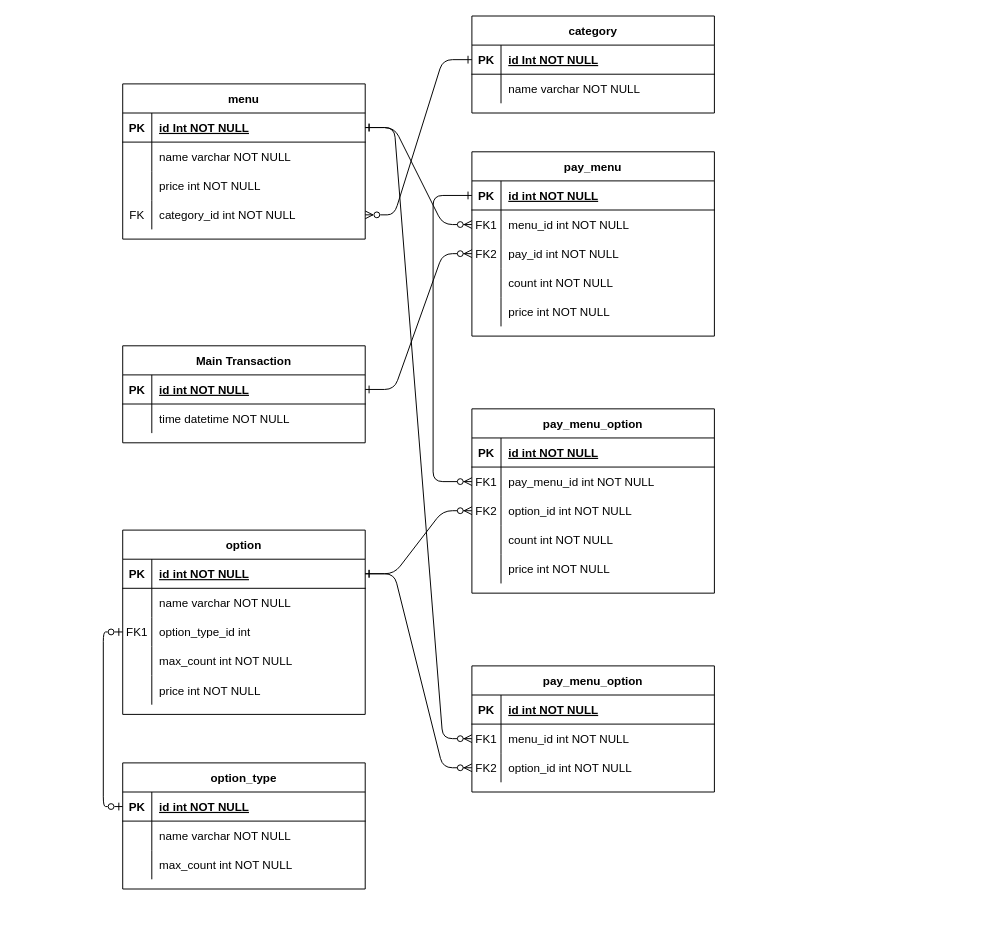
This is 1차 DB ERD.drawio from AII-the-time/design-document, a draw.io file, before an edit. Source tidied: cells renumbered, new cells numbered last; positions are measured from the earlier drawing's top-left corner, leaving out a move shared by most shapes. Both pictures are drawn from the tidied source at 97%, with x=0, y=0 at pixel (122, 16).
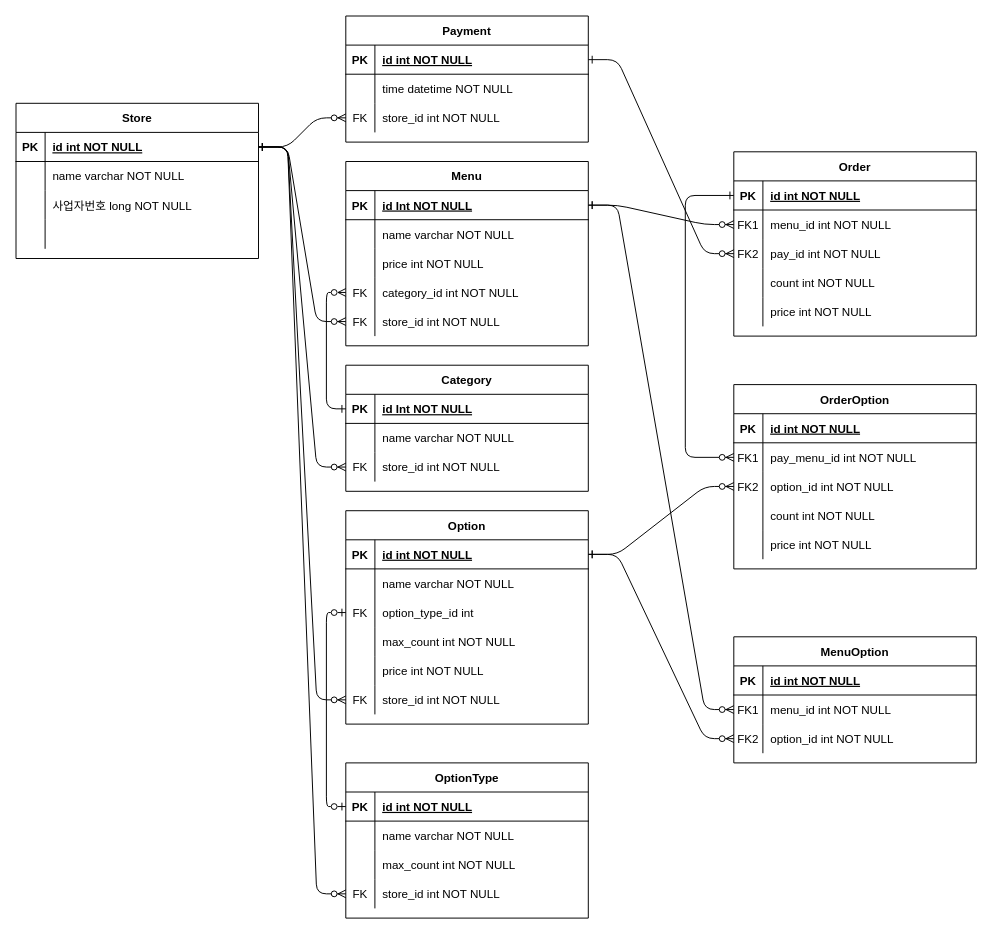
The same diagram, later.

Commit message:
1차 DB ERD.drawio 업데이트

The change refers to these unchanged cells:
```xml
<mxCell id="4" style="shape=partialRectangle;fillColor=none;points=[[0,0.5],[1,0.5]];portConstraint=eastwest;top=0;left=0;right=0;bottom=1;" parent="3" vertex="1">
  <mxGeometry y="30" width="250" height="30" as="geometry" />
</mxCell>
<mxCell id="36" style="shape=partialRectangle;fillColor=none;points=[[0,0.5],[1,0.5]];portConstraint=eastwest;top=0;left=0;right=0;bottom=0;" parent="26" vertex="1">
  <mxGeometry y="120" width="250" height="30" as="geometry" />
</mxCell>
<mxCell id="41" style="shape=partialRectangle;fillColor=none;points=[[0,0.5],[1,0.5]];portConstraint=eastwest;top=0;left=0;right=0;bottom=1;" parent="40" vertex="1">
  <mxGeometry y="30" width="250" height="30" as="geometry" />
</mxCell>
<mxCell id="52" style="shape=partialRectangle;fillColor=none;points=[[0,0.5],[1,0.5]];portConstraint=eastwest;top=0;left=0;right=0;bottom=0;" parent="48" vertex="1">
  <mxGeometry y="60" width="250" height="30" as="geometry" />
</mxCell>
<mxCell id="66" style="shape=partialRectangle;fillColor=none;points=[[0,0.5],[1,0.5]];portConstraint=eastwest;top=0;left=0;right=0;bottom=1;" parent="65" vertex="1">
  <mxGeometry y="30" width="250" height="30" as="geometry" />
</mxCell>
<mxCell id="72" style="shape=partialRectangle;fillColor=none;points=[[0,0.5],[1,0.5]];portConstraint=eastwest;top=0;left=0;right=0;bottom=0;" parent="65" vertex="1">
  <mxGeometry y="90" width="250" height="30" as="geometry" />
</mxCell>
<mxCell id="100" style="shape=partialRectangle;fillColor=none;points=[[0,0.5],[1,0.5]];portConstraint=eastwest;top=0;left=0;right=0;bottom=0;" parent="93" vertex="1">
  <mxGeometry y="90" width="250" height="30" as="geometry" />
</mxCell>
```

What changed in the source:
```diff
@@
-    <mxCell id="3" value="pay_menu" style="shape=table;startSize=30;childLayout=tableLayout;rowLines=0;fontStyle=1;align=center;" parent="1" vertex="1">
-      <mxGeometry x="360" y="140" width="250" height="190" as="geometry" />
+    <mxCell id="3" value="Order" style="shape=table;startSize=30;childLayout=tableLayout;rowLines=0;fontStyle=1;align=center;" parent="1" vertex="1">
+      <mxGeometry x="630" y="140" width="250" height="190" as="geometry" />
     </mxCell>
@@
-    <mxCell id="19" value="Main Transaction" style="shape=table;startSize=30;childLayout=tableLayout;rowLines=0;fontStyle=1;align=center;" parent="1" vertex="1">
-      <mxGeometry y="340" width="250" height="100" as="geometry" />
+    <mxCell id="19" value="Payment" style="shape=table;startSize=30;childLayout=tableLayout;rowLines=0;fontStyle=1;align=center;" parent="1" vertex="1">
+      <mxGeometry x="230" width="250" height="130" as="geometry" />
     </mxCell>
@@
+    <mxCell id="105" style="shape=partialRectangle;fillColor=none;points=[[0,0.5],[1,0.5]];portConstraint=eastwest;top=0;left=0;right=0;bottom=0;" parent="19" vertex="1">
+      <mxGeometry y="90" width="250" height="30" as="geometry" />
+    </mxCell>
+    <mxCell id="106" value="FK" style="shape=partialRectangle;overflow=hidden;fillColor=none;top=0;left=0;bottom=0;right=0;" parent="105" vertex="1">
+      <mxGeometry width="30" height="30" as="geometry" />
+    </mxCell>
+    <mxCell id="107" value="store_id int NOT NULL" style="shape=partialRectangle;overflow=hidden;fillColor=none;top=0;left=0;bottom=0;right=0;align=left;spacingLeft=6;" parent="105" vertex="1">
+      <mxGeometry x="30" width="220" height="30" as="geometry" />
+    </mxCell>
-    <mxCell id="26" value="menu" style="shape=table;startSize=30;childLayout=tableLayout;rowLines=0;fontStyle=1;align=center;" parent="1" vertex="1">
-      <mxGeometry y="70" width="250" height="160" as="geometry" />
+    <mxCell id="26" value="Menu" style="shape=table;startSize=30;childLayout=tableLayout;rowLines=0;fontStyle=1;align=center;" parent="1" vertex="1">
+      <mxGeometry x="230" y="150" width="250" height="190" as="geometry" />
     </mxCell>
@@
+    <mxCell id="108" style="shape=partialRectangle;fillColor=none;points=[[0,0.5],[1,0.5]];portConstraint=eastwest;top=0;left=0;right=0;bottom=0;" parent="26" vertex="1">
+      <mxGeometry y="150" width="250" height="30" as="geometry" />
+    </mxCell>
+    <mxCell id="109" value="FK" style="shape=partialRectangle;overflow=hidden;fillColor=none;top=0;left=0;bottom=0;right=0;" parent="108" vertex="1">
+      <mxGeometry width="30" height="30" as="geometry" />
+    </mxCell>
+    <mxCell id="110" value="store_id int NOT NULL" style="shape=partialRectangle;overflow=hidden;fillColor=none;top=0;left=0;bottom=0;right=0;align=left;spacingLeft=6;" parent="108" vertex="1">
+      <mxGeometry x="30" width="220" height="30" as="geometry" />
+    </mxCell>
@@
-    <mxCell id="40" value="category" style="shape=table;startSize=30;childLayout=tableLayout;rowLines=0;fontStyle=1;align=center;" parent="1" vertex="1">
-      <mxGeometry x="360" width="250" height="100" as="geometry" />
+    <mxCell id="40" value="Category" style="shape=table;startSize=30;childLayout=tableLayout;rowLines=0;fontStyle=1;align=center;" parent="1" vertex="1">
+      <mxGeometry x="230" y="360" width="250" height="130" as="geometry" />
     </mxCell>
@@
+    <mxCell id="111" style="shape=partialRectangle;fillColor=none;points=[[0,0.5],[1,0.5]];portConstraint=eastwest;top=0;left=0;right=0;bottom=0;" parent="40" vertex="1">
+      <mxGeometry y="90" width="250" height="30" as="geometry" />
+    </mxCell>
+    <mxCell id="112" value="FK" style="shape=partialRectangle;overflow=hidden;fillColor=none;top=0;left=0;bottom=0;right=0;" parent="111" vertex="1">
+      <mxGeometry width="30" height="30" as="geometry" />
+    </mxCell>
+    <mxCell id="113" value="store_id int NOT NULL" style="shape=partialRectangle;overflow=hidden;fillColor=none;top=0;left=0;bottom=0;right=0;align=left;spacingLeft=6;" parent="111" vertex="1">
+      <mxGeometry x="30" width="220" height="30" as="geometry" />
+    </mxCell>
-    <mxCell id="47" style="edgeStyle=entityRelationEdgeStyle;rounded=1;jettySize=auto;html=1;strokeColor=default;startArrow=ERone;startFill=0;endArrow=ERzeroToMany;endFill=0;" parent="1" edge="1" source="41" target="36">
+    <mxCell id="47" style="edgeStyle=orthogonalEdgeStyle;rounded=1;jettySize=auto;html=1;strokeColor=default;startArrow=ERone;startFill=0;endArrow=ERzeroToMany;endFill=0;exitX=0;exitY=0.5;exitDx=0;exitDy=0;entryX=0;entryY=0.5;entryDx=0;entryDy=0;" parent="1" edge="1" source="41" target="36">
       <mxGeometry relative="1" as="geometry" />
     </mxCell>
-    <mxCell id="48" value="pay_menu_option" style="shape=table;startSize=30;childLayout=tableLayout;rowLines=0;fontStyle=1;align=center;" parent="1" vertex="1">
-      <mxGeometry x="360" y="405" width="250" height="190" as="geometry" />
+    <mxCell id="48" value="OrderOption" style="shape=table;startSize=30;childLayout=tableLayout;rowLines=0;fontStyle=1;align=center;" parent="1" vertex="1">
+      <mxGeometry x="630" y="380" width="250" height="190" as="geometry" />
     </mxCell>
@@
     <mxCell id="64" style="edgeStyle=orthogonalEdgeStyle;endArrow=ERzeroToMany;startArrow=ERone;endFill=1;startFill=0;exitX=0;exitY=0.5;exitDx=0;exitDy=0;entryX=0;entryY=0.5;entryDx=0;entryDy=0;" parent="1" edge="1" source="4" target="52">
       <mxGeometry relative="1" as="geometry">
         <Array as="points">
-          <mxPoint x="320" y="185" />
-          <mxPoint x="320" y="480" />
+          <mxPoint x="580" y="185" />
+          <mxPoint x="580" y="455" />
         </Array>
       </mxGeometry>
     </mxCell>
-    <mxCell id="65" value="option" style="shape=table;startSize=30;childLayout=tableLayout;rowLines=0;fontStyle=1;align=center;" parent="1" vertex="1">
-      <mxGeometry y="530" width="250" height="190" as="geometry" />
+    <mxCell id="65" value="Option" style="shape=table;startSize=30;childLayout=tableLayout;rowLines=0;fontStyle=1;align=center;" parent="1" vertex="1">
+      <mxGeometry x="230" y="510" width="250" height="220" as="geometry" />
     </mxCell>
@@
-    <mxCell id="73" value="FK1" style="shape=partialRectangle;overflow=hidden;fillColor=none;top=0;left=0;bottom=0;right=0;" parent="72" vertex="1">
+    <mxCell id="73" value="FK" style="shape=partialRectangle;overflow=hidden;fillColor=none;top=0;left=0;bottom=0;right=0;" parent="72" vertex="1">
       <mxGeometry width="30" height="30" as="geometry" />
     </mxCell>
@@
+    <mxCell id="114" style="shape=partialRectangle;fillColor=none;points=[[0,0.5],[1,0.5]];portConstraint=eastwest;top=0;left=0;right=0;bottom=0;" parent="65" vertex="1">
+      <mxGeometry y="180" width="250" height="30" as="geometry" />
+    </mxCell>
+    <mxCell id="115" value="FK" style="shape=partialRectangle;overflow=hidden;fillColor=none;top=0;left=0;bottom=0;right=0;" parent="114" vertex="1">
+      <mxGeometry width="30" height="30" as="geometry" />
+    </mxCell>
+    <mxCell id="116" value="store_id int NOT NULL" style="shape=partialRectangle;overflow=hidden;fillColor=none;top=0;left=0;bottom=0;right=0;align=left;spacingLeft=6;" parent="114" vertex="1">
+      <mxGeometry x="30" width="220" height="30" as="geometry" />
+    </mxCell>
-    <mxCell id="81" value="option_type" style="shape=table;startSize=30;childLayout=tableLayout;rowLines=0;fontStyle=1;align=center;" parent="1" vertex="1">
-      <mxGeometry y="770" width="250" height="130" as="geometry" />
+    <mxCell id="81" value="OptionType" style="shape=table;startSize=30;childLayout=tableLayout;rowLines=0;fontStyle=1;align=center;" parent="1" vertex="1">
+      <mxGeometry x="230" y="770" width="250" height="160" as="geometry" />
     </mxCell>
@@
+    <mxCell id="117" style="shape=partialRectangle;fillColor=none;points=[[0,0.5],[1,0.5]];portConstraint=eastwest;top=0;left=0;right=0;bottom=0;" parent="81" vertex="1">
+      <mxGeometry y="120" width="250" height="30" as="geometry" />
+    </mxCell>
+    <mxCell id="118" value="FK" style="shape=partialRectangle;overflow=hidden;fillColor=none;top=0;left=0;bottom=0;right=0;" parent="117" vertex="1">
+      <mxGeometry width="30" height="30" as="geometry" />
+    </mxCell>
+    <mxCell id="119" value="store_id int NOT NULL" style="shape=partialRectangle;overflow=hidden;fillColor=none;top=0;left=0;bottom=0;right=0;align=left;spacingLeft=6;" parent="117" vertex="1">
+      <mxGeometry x="30" width="220" height="30" as="geometry" />
+    </mxCell>
@@
-    <mxCell id="93" value="pay_menu_option" style="shape=table;startSize=30;childLayout=tableLayout;rowLines=0;fontStyle=1;align=center;" parent="1" vertex="1">
-      <mxGeometry x="360" y="670" width="250" height="130" as="geometry" />
+    <mxCell id="93" value="MenuOption" style="shape=table;startSize=30;childLayout=tableLayout;rowLines=0;fontStyle=1;align=center;" parent="1" vertex="1">
+      <mxGeometry x="630" y="640" width="250" height="130" as="geometry" />
     </mxCell>
@@
     <mxCell id="104" style="edgeStyle=entityRelationEdgeStyle;endArrow=ERzeroToMany;startArrow=ERone;endFill=1;startFill=0;entryX=0;entryY=0.5;entryDx=0;entryDy=0;exitX=1;exitY=0.5;exitDx=0;exitDy=0;" parent="1" edge="1" source="66" target="100">
       <mxGeometry relative="1" as="geometry">
         <Array as="points">
-          <mxPoint x="250" y="580" />
+          <mxPoint x="330" y="580" />
         </Array>
       </mxGeometry>
     </mxCell>
+    <mxCell id="120" value="Store" style="shape=table;startSize=30;childLayout=tableLayout;rowLines=0;fontStyle=1;align=center;" parent="1" vertex="1">
+      <mxGeometry x="-110" y="90" width="250" height="160" as="geometry" />
+    </mxCell>
+    <mxCell id="121" style="shape=partialRectangle;fillColor=none;points=[[0,0.5],[1,0.5]];portConstraint=eastwest;top=0;left=0;right=0;bottom=1;" parent="120" vertex="1">
+      <mxGeometry y="30" width="250" height="30" as="geometry" />
+    </mxCell>
+    <mxCell id="122" value="PK" style="shape=partialRectangle;overflow=hidden;fillColor=none;top=0;left=0;bottom=0;right=0;fontStyle=1;" parent="121" vertex="1">
+      <mxGeometry width="30" height="30" as="geometry" />
+    </mxCell>
+    <mxCell id="123" value="id int NOT NULL " style="shape=partialRectangle;overflow=hidden;fillColor=none;top=0;left=0;bottom=0;right=0;align=left;spacingLeft=6;fontStyle=5;" parent="121" vertex="1">
+      <mxGeometry x="30" width="220" height="30" as="geometry" />
+    </mxCell>
+    <mxCell id="124" style="shape=partialRectangle;fillColor=none;top=0;left=0;right=0;bottom=0;" parent="120" vertex="1">
+      <mxGeometry y="60" width="250" height="30" as="geometry" />
+    </mxCell>
+    <mxCell id="125" style="shape=partialRectangle;overflow=hidden;fillColor=none;top=0;left=0;bottom=0;right=0;" parent="124" vertex="1">
+      <mxGeometry width="30" height="30" as="geometry" />
+    </mxCell>
+    <mxCell id="126" value="name varchar NOT NULL" style="shape=partialRectangle;overflow=hidden;fillColor=none;top=0;left=0;bottom=0;right=0;align=left;spacingLeft=6;" parent="124" vertex="1">
+      <mxGeometry x="30" width="220" height="30" as="geometry" />
+    </mxCell>
+    <mxCell id="127" style="shape=partialRectangle;fillColor=none;top=0;left=0;right=0;bottom=0;" parent="120" vertex="1">
+      <mxGeometry y="90" width="250" height="30" as="geometry" />
+    </mxCell>
+    <mxCell id="128" style="shape=partialRectangle;overflow=hidden;fillColor=none;top=0;left=0;bottom=0;right=0;" parent="127" vertex="1">
+      <mxGeometry width="30" height="30" as="geometry" />
+    </mxCell>
+    <mxCell id="129" value="사업자번호 long NOT NULL" style="shape=partialRectangle;overflow=hidden;fillColor=none;top=0;left=0;bottom=0;right=0;align=left;spacingLeft=6;" parent="127" vertex="1">
+      <mxGeometry x="30" width="220" height="30" as="geometry" />
+    </mxCell>
+    <mxCell id="130" style="shape=partialRectangle;fillColor=none;top=0;left=0;right=0;bottom=0;" parent="120" vertex="1">
+      <mxGeometry y="120" width="250" height="30" as="geometry" />
+    </mxCell>
+    <mxCell id="131" style="shape=partialRectangle;overflow=hidden;fillColor=none;top=0;left=0;bottom=0;right=0;" parent="130" vertex="1">
+      <mxGeometry width="30" height="30" as="geometry" />
+    </mxCell>
+    <mxCell id="132" style="shape=partialRectangle;overflow=hidden;fillColor=none;top=0;left=0;bottom=0;right=0;align=left;spacingLeft=6;" parent="130" vertex="1">
+      <mxGeometry x="30" width="220" height="30" as="geometry" />
+    </mxCell>
+    <mxCell id="133" style="edgeStyle=entityRelationEdgeStyle;endArrow=ERzeroToMany;startArrow=ERone;endFill=1;startFill=0;entryX=0;entryY=0.5;entryDx=0;entryDy=0;exitX=1;exitY=0.5;exitDx=0;exitDy=0;" parent="1" edge="1" source="121" target="105">
+      <mxGeometry relative="1" as="geometry" />
+    </mxCell>
+    <mxCell id="134" style="edgeStyle=entityRelationEdgeStyle;endArrow=ERzeroToMany;startArrow=ERone;endFill=1;startFill=0;entryX=0;entryY=0.5;entryDx=0;entryDy=0;exitX=1;exitY=0.5;exitDx=0;exitDy=0;" parent="1" edge="1" source="121" target="108">
+      <mxGeometry relative="1" as="geometry" />
+    </mxCell>
+    <mxCell id="135" style="edgeStyle=entityRelationEdgeStyle;endArrow=ERzeroToMany;startArrow=ERone;endFill=1;startFill=0;exitX=1;exitY=0.5;exitDx=0;exitDy=0;entryX=0;entryY=0.5;entryDx=0;entryDy=0;" parent="1" edge="1" source="121" target="111">
+      <mxGeometry relative="1" as="geometry" />
+    </mxCell>
+    <mxCell id="136" style="edgeStyle=entityRelationEdgeStyle;endArrow=ERzeroToMany;startArrow=ERone;endFill=1;startFill=0;exitX=1;exitY=0.5;exitDx=0;exitDy=0;entryX=0;entryY=0.5;entryDx=0;entryDy=0;" parent="1" edge="1" source="121" target="114">
+      <mxGeometry relative="1" as="geometry" />
+    </mxCell>
+    <mxCell id="137" style="edgeStyle=entityRelationEdgeStyle;endArrow=ERzeroToMany;startArrow=ERone;endFill=1;startFill=0;exitX=1;exitY=0.5;exitDx=0;exitDy=0;entryX=0;entryY=0.5;entryDx=0;entryDy=0;" parent="1" edge="1" source="121" target="117">
+      <mxGeometry relative="1" as="geometry" />
+    </mxCell>
```
